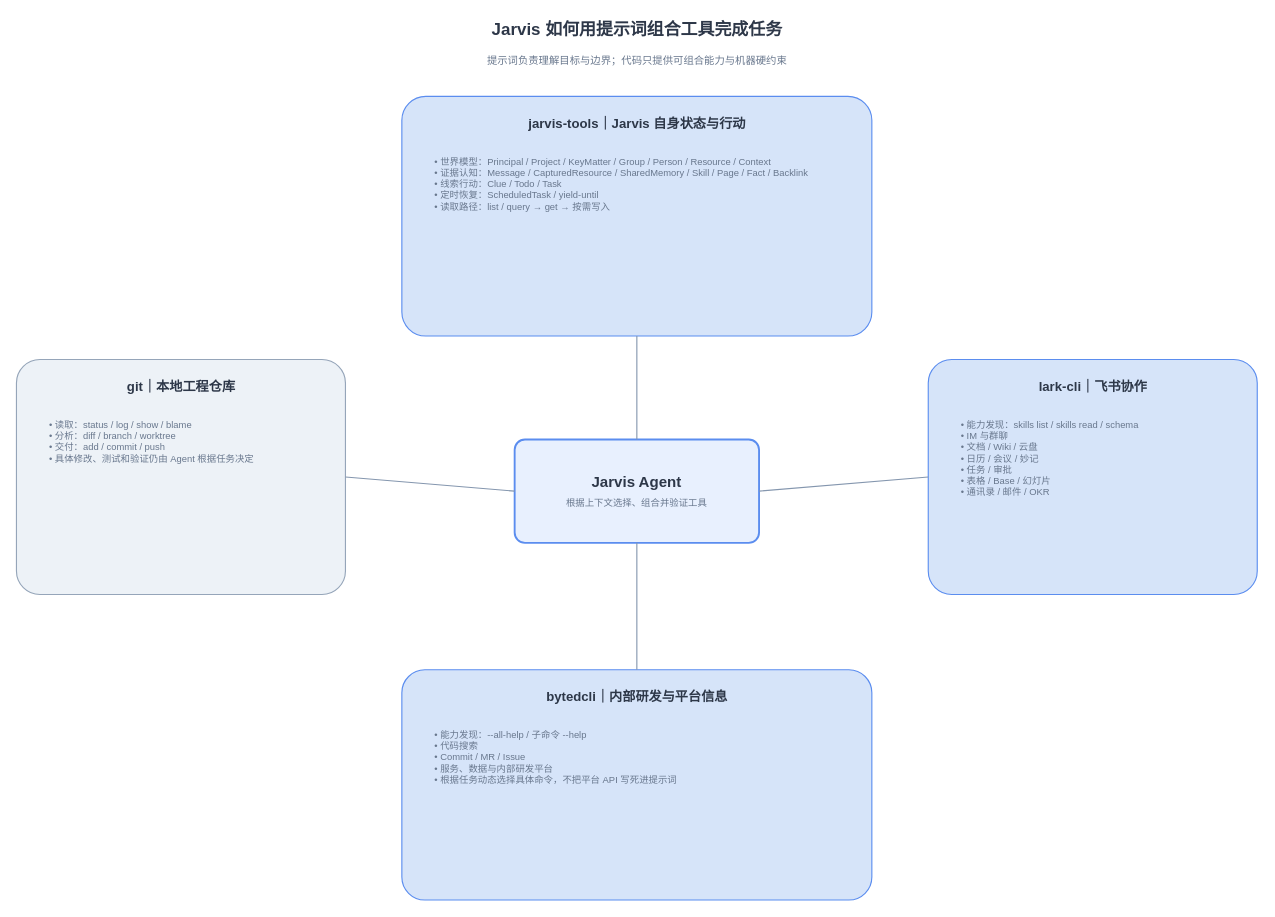
Above: docs/summery/prompt-tools-mindmap/jarvis-prompt-tools.drawio in mjscjj/jarvis (draw.io), before the change. Source tidied: cells renumbered, new cells numbered last; positions are measured from the earlier drawing's top-left corner, leaving out a move shared by most shapes. Both pictures are drawn from the tidied source at 94%, with x=0, y=0 at pixel (16, 16).
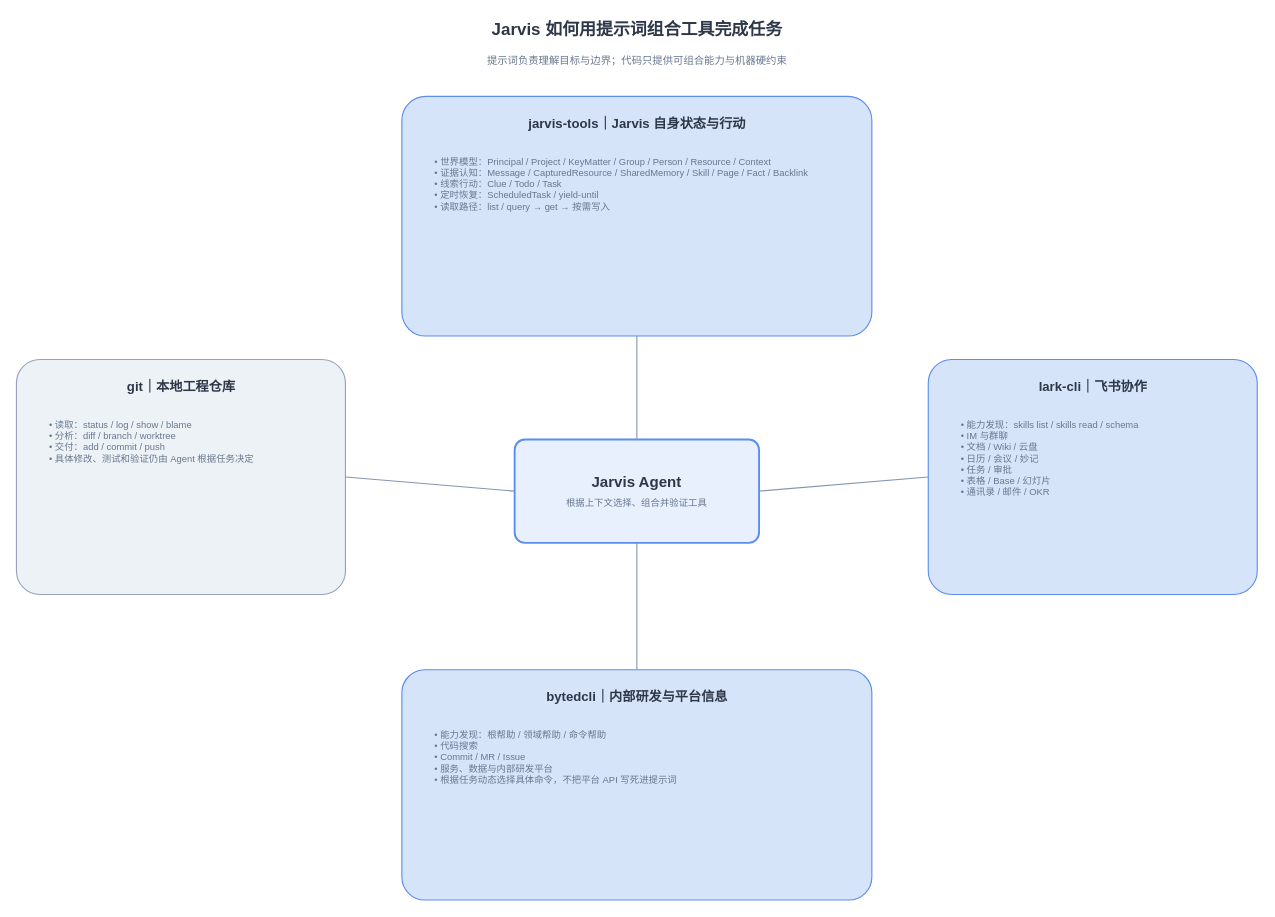
Above is the later version.

Diff of the diagram source:
```diff
@@
-    <mxCell id="13" value="&amp;bull; 能力发现：--all-help / 子命令 --help&lt;br&gt;&amp;bull; 代码搜索&lt;br&gt;&amp;bull; Commit / MR / Issue&lt;br&gt;&amp;bull; 服务、数据与内部研发平台&lt;br&gt;&amp;bull; 根据任务动态选择具体命令，不把平台 API 写死进提示词" style="text;html=1;fontSize=10;fontColor=#68778D;align=left;verticalAlign=top;spacingLeft=8;spacingTop=4;" parent="1" vertex="1">
+    <mxCell id="13" value="&amp;bull; 能力发现：根帮助 / 领域帮助 / 命令帮助&lt;br&gt;&amp;bull; 代码搜索&lt;br&gt;&amp;bull; Commit / MR / Issue&lt;br&gt;&amp;bull; 服务、数据与内部研发平台&lt;br&gt;&amp;bull; 根据任务动态选择具体命令，不把平台 API 写死进提示词" style="text;html=1;fontSize=10;fontColor=#68778D;align=left;verticalAlign=top;spacingLeft=8;spacingTop=4;" parent="1" vertex="1">
       <mxGeometry x="435" y="748" width="450" height="155" as="geometry" />
     </mxCell>
```
